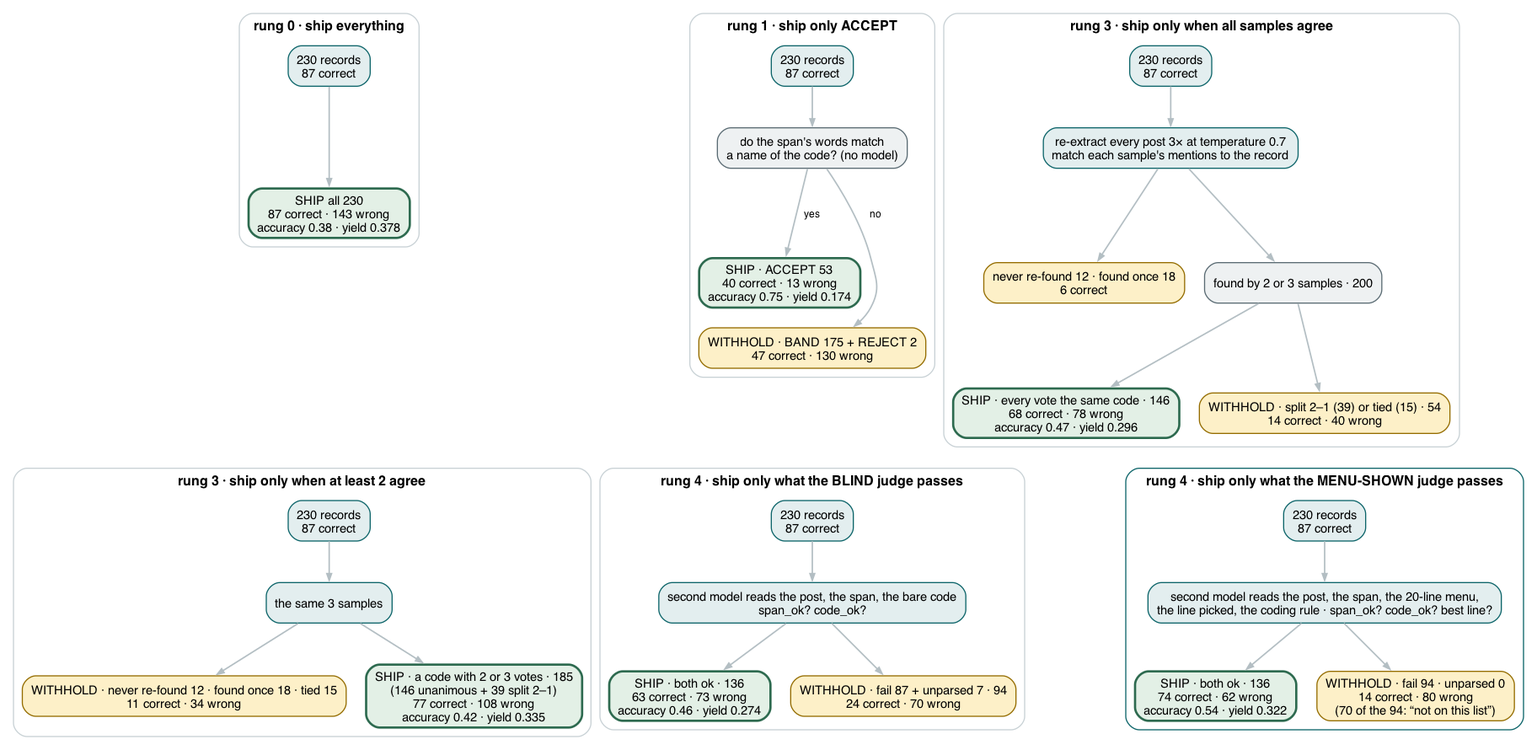
Earlier version of the Graphviz export docs/figures/fig20-dials.png (wbagais/reliability-ladder). Its source is kept beside it as docs/figures/fig20-dials.dot.
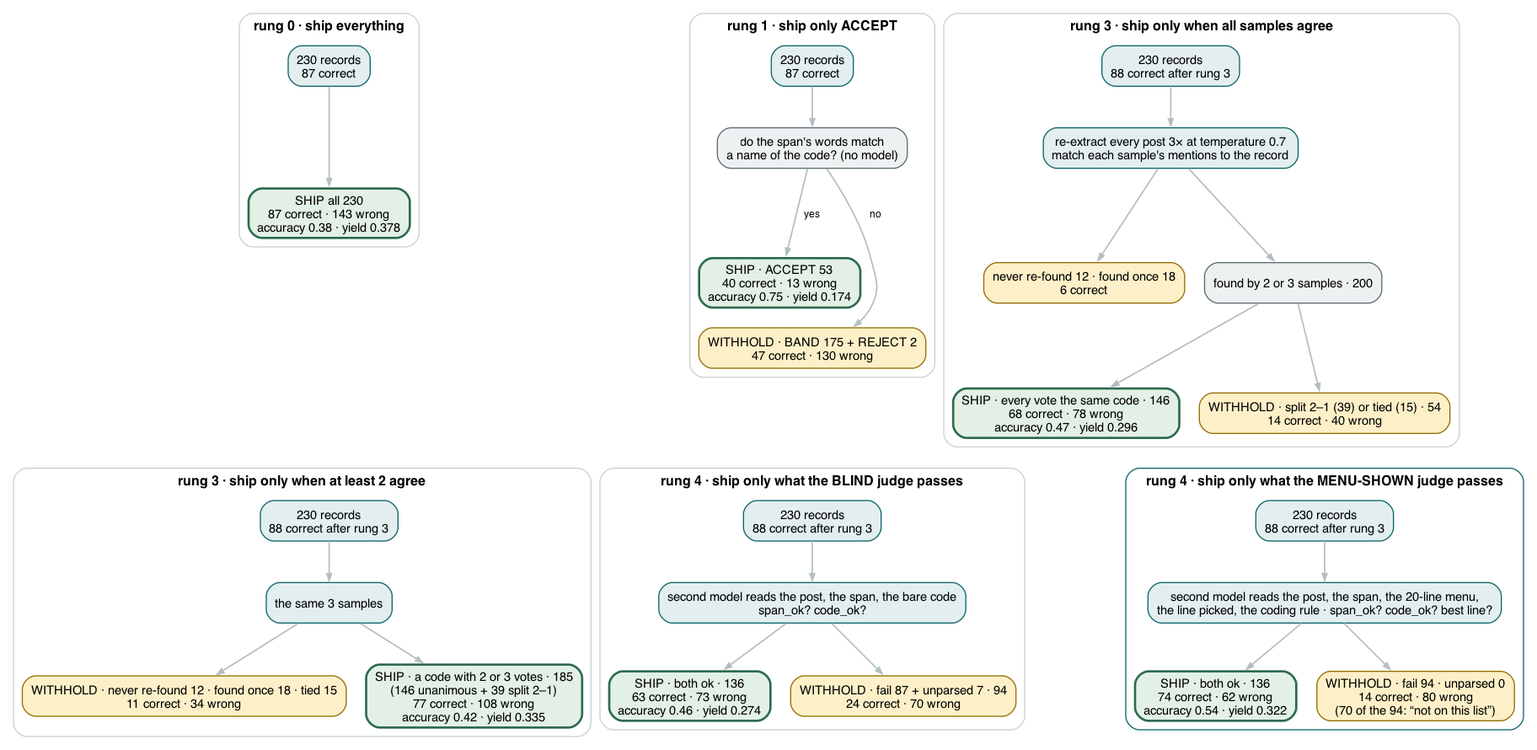
The same file after the commit.

Commit message:
CADEC article audited against the base run's files: §3's two examples and §9's error rate were not from it; rung 2 relocated one quote per draw, which the article denied; three figures corrected

Change to the diagram source:
```diff
@@ -16,7 +16,7 @@
     b0 -> b1; b1 -> b2 [label=" yes "]; b1 -> b3 [label=" no "];
   }
   subgraph cluster2 { label="rung 3 · ship only when all samples agree"; fontname="Helvetica-Bold"; fontsize=12; color="#c8d1d5"; style="rounded";
-    c0 [label="230 records\n87 correct" fillcolor="#e3eeef" color="#0c6469"];
+    c0 [label="230 records\n88 correct after rung 3" fillcolor="#e3eeef" color="#0c6469"];
     c1 [label="re-extract every post 3× at temperature 0.7\nmatch each sample's mentions to the record" fillcolor="#e3eeef" color="#0c6469"];
     c2 [label="never re-found 12 · found once 18\n6 correct" fillcolor="#fdf0c8" color="#946c00"];
     c3 [label="found by 2 or 3 samples · 200" fillcolor="#eef1f2"];
@@ -25,21 +25,21 @@
     c0 -> c1; c1 -> c2; c1 -> c3; c3 -> c4; c3 -> c5;
   }
   subgraph cluster3 { label="rung 3 · ship only when at least 2 agree"; fontname="Helvetica-Bold"; fontsize=12; color="#c8d1d5"; style="rounded";
-    d0 [label="230 records\n87 correct" fillcolor="#e3eeef" color="#0c6469"];
+    d0 [label="230 records\n88 correct after rung 3" fillcolor="#e3eeef" color="#0c6469"];
     d1 [label="the same 3 samples" fillcolor="#e3eeef" color="#0c6469"];
     d2 [label="WITHHOLD · never re-found 12 · found once 18 · tied 15\n11 correct · 34 wrong" fillcolor="#fdf0c8" color="#946c00"];
     d3 [label="SHIP · a code with 2 or 3 votes · 185\n(146 unanimous + 39 split 2–1)\n77 correct · 108 wrong\naccuracy 0.42 · yield 0.335" fillcolor="#e3f0e6" color="#2d6a4f" penwidth=2];
     d0 -> d1; d1 -> d2; d1 -> d3;
   }
   subgraph cluster4 { label="rung 4 · ship only what the BLIND judge passes"; fontname="Helvetica-Bold"; fontsize=12; color="#c8d1d5"; style="rounded";
-    e0 [label="230 records\n87 correct" fillcolor="#e3eeef" color="#0c6469"];
+    e0 [label="230 records\n88 correct after rung 3" fillcolor="#e3eeef" color="#0c6469"];
     e1 [label="second model reads the post, the span, the bare code\nspan_ok? code_ok?" fillcolor="#e3eeef" color="#0c6469"];
     e2 [label="SHIP · both ok · 136\n63 correct · 73 wrong\naccuracy 0.46 · yield 0.274" fillcolor="#e3f0e6" color="#2d6a4f" penwidth=2];
     e3 [label="WITHHOLD · fail 87 + unparsed 7 · 94\n24 correct · 70 wrong" fillcolor="#fdf0c8" color="#946c00"];
     e0 -> e1; e1 -> e2; e1 -> e3;
   }
   subgraph cluster5 { label="rung 4 · ship only what the MENU-SHOWN judge passes"; fontname="Helvetica-Bold"; fontsize=12; color="#0c6469"; style="rounded";
-    f0 [label="230 records\n87 correct" fillcolor="#e3eeef" color="#0c6469"];
+    f0 [label="230 records\n88 correct after rung 3" fillcolor="#e3eeef" color="#0c6469"];
     f1 [label="second model reads the post, the span, the 20-line menu,\nthe line picked, the coding rule · span_ok? code_ok? best line?" fillcolor="#e3eeef" color="#0c6469"];
     f2 [label="SHIP · both ok · 136\n74 correct · 62 wrong\naccuracy 0.54 · yield 0.322" fillcolor="#e3f0e6" color="#2d6a4f" penwidth=2];
     f3 [label="WITHHOLD · fail 94 · unparsed 0\n14 correct · 80 wrong\n(70 of the 94: “not on this list”)" fillcolor="#fdf0c8" color="#946c00"];
```
